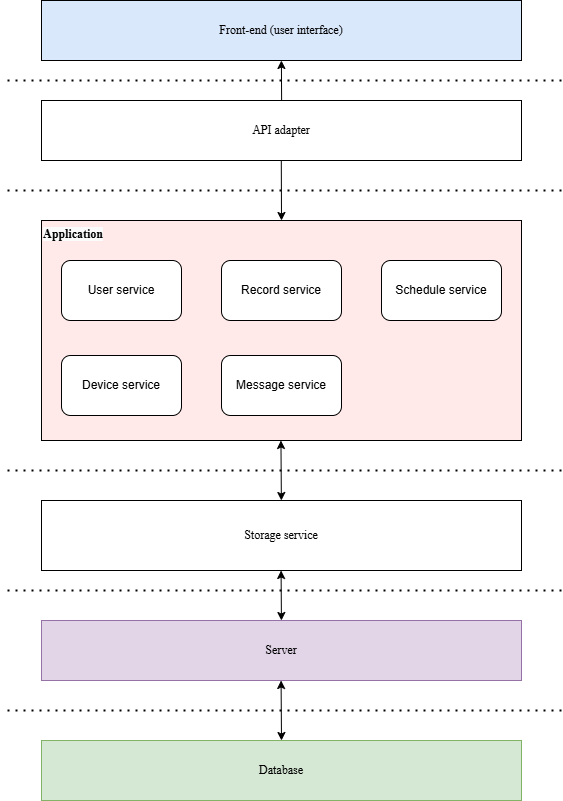
Above: latex_20241/Images/System/fmECG_architecture-Patient.drawio.png in techcomrade/fmECG (draw.io), before the change. Source tidied: cells renumbered, new cells last; positions are measured from the earlier drawing's top-left corner, leaving out a move shared by most shapes. Source of this version:
```xml
<mxGraphModel>
  <root>
    <mxCell id="0" />
    <mxCell id="1" parent="0" />
    <mxCell id="2" value="&lt;font style=&quot;color: rgb(0, 0, 0);&quot;&gt;Front-end (user interface)&lt;/font&gt;" style="rounded=0;whiteSpace=wrap;html=1;fontFamily=Times New Roman;fillColor=#DAE8FC;" parent="1" vertex="1">
      <mxGeometry x="40" width="480" height="60" as="geometry" />
    </mxCell>
    <mxCell id="3" value="API adapter" style="rounded=0;whiteSpace=wrap;html=1;fontFamily=Times New Roman;" parent="1" vertex="1">
      <mxGeometry x="40" y="100" width="480" height="60" as="geometry" />
    </mxCell>
    <mxCell id="4" style="rounded=0;whiteSpace=wrap;html=1;fontFamily=Times New Roman;fillColor=#FFE9E9;" parent="1" vertex="1">
      <mxGeometry x="40" y="220" width="480" height="220" as="geometry" />
    </mxCell>
    <mxCell id="5" value="Storage service" style="rounded=0;whiteSpace=wrap;html=1;fontFamily=Times New Roman;" parent="1" vertex="1">
      <mxGeometry x="40" y="500" width="480" height="70" as="geometry" />
    </mxCell>
    <mxCell id="6" value="Server" style="rounded=0;whiteSpace=wrap;html=1;fontFamily=Times New Roman;fillColor=#e1d5e7;strokeColor=#9673a6;" parent="1" vertex="1">
      <mxGeometry x="40" y="620" width="480" height="60" as="geometry" />
    </mxCell>
    <mxCell id="7" value="Database" style="rounded=0;whiteSpace=wrap;html=1;fontFamily=Times New Roman;fillColor=#d5e8d4;strokeColor=#82b366;" parent="1" vertex="1">
      <mxGeometry x="40" y="740" width="480" height="60" as="geometry" />
    </mxCell>
    <mxCell id="8" value="User service" style="rounded=1;whiteSpace=wrap;html=1;" parent="1" vertex="1">
      <mxGeometry x="60" y="260" width="120" height="60" as="geometry" />
    </mxCell>
    <mxCell id="9" value="Record service" style="rounded=1;whiteSpace=wrap;html=1;" parent="1" vertex="1">
      <mxGeometry x="220" y="260" width="120" height="60" as="geometry" />
    </mxCell>
    <mxCell id="10" value="Schedule service" style="rounded=1;whiteSpace=wrap;html=1;" parent="1" vertex="1">
      <mxGeometry x="380" y="260" width="120" height="60" as="geometry" />
    </mxCell>
    <mxCell id="11" style="endArrow=none;dashed=1;html=1;dashPattern=1 3;strokeWidth=2;rounded=0;" parent="1" edge="1">
      <mxGeometry relative="1" as="geometry">
        <mxPoint x="560" y="80" as="sourcePoint" />
        <mxPoint y="80" as="targetPoint" />
      </mxGeometry>
    </mxCell>
    <mxCell id="12" style="endArrow=none;dashed=1;html=1;dashPattern=1 3;strokeWidth=2;rounded=0;" parent="1" edge="1">
      <mxGeometry relative="1" as="geometry">
        <mxPoint x="560" y="190" as="sourcePoint" />
        <mxPoint y="190" as="targetPoint" />
      </mxGeometry>
    </mxCell>
    <mxCell id="13" style="endArrow=none;dashed=1;html=1;dashPattern=1 3;strokeWidth=2;rounded=0;" parent="1" edge="1">
      <mxGeometry relative="1" as="geometry">
        <mxPoint x="560" y="470" as="sourcePoint" />
        <mxPoint y="470" as="targetPoint" />
      </mxGeometry>
    </mxCell>
    <mxCell id="14" style="endArrow=none;dashed=1;html=1;dashPattern=1 3;strokeWidth=2;rounded=0;" parent="1" edge="1">
      <mxGeometry relative="1" as="geometry">
        <mxPoint x="560" y="590" as="sourcePoint" />
        <mxPoint y="590" as="targetPoint" />
      </mxGeometry>
    </mxCell>
    <mxCell id="15" style="endArrow=none;dashed=1;html=1;dashPattern=1 3;strokeWidth=2;rounded=0;" parent="1" edge="1">
      <mxGeometry relative="1" as="geometry">
        <mxPoint x="560" y="710" as="sourcePoint" />
        <mxPoint y="710" as="targetPoint" />
      </mxGeometry>
    </mxCell>
    <mxCell id="16" style="endArrow=classic;html=1;rounded=0;entryX=0.165;entryY=1.01;entryDx=0;entryDy=0;entryPerimeter=0;" parent="1" edge="1">
      <mxGeometry relative="1" as="geometry">
        <mxPoint x="280.1" y="100" as="sourcePoint" />
        <mxPoint x="279.9" y="60" as="targetPoint" />
      </mxGeometry>
    </mxCell>
    <mxCell id="17" style="endArrow=classic;html=1;rounded=0;" parent="1" edge="1">
      <mxGeometry relative="1" as="geometry">
        <mxPoint x="279.8" y="160" as="sourcePoint" />
        <mxPoint x="280" y="220" as="targetPoint" />
      </mxGeometry>
    </mxCell>
    <mxCell id="18" style="endArrow=classic;startArrow=classic;html=1;rounded=0;entryX=0.5;entryY=1;entryDx=0;entryDy=0;" parent="1" edge="1">
      <mxGeometry relative="1" as="geometry">
        <mxPoint x="279.9" y="620" as="sourcePoint" />
        <mxPoint x="279.6" y="570" as="targetPoint" />
      </mxGeometry>
    </mxCell>
    <mxCell id="19" style="endArrow=classic;startArrow=classic;html=1;rounded=0;entryX=0.5;entryY=1;entryDx=0;entryDy=0;exitX=0.5;exitY=0;exitDx=0;exitDy=0;" parent="1" edge="1" source="7">
      <mxGeometry relative="1" as="geometry">
        <mxPoint x="279.6" y="680" as="targetPoint" />
      </mxGeometry>
    </mxCell>
    <mxCell id="20" value="&lt;b style=&quot;forced-color-adjust: none; color: rgb(0, 0, 0); font-family: &amp;quot;Times New Roman&amp;quot;; font-style: normal; font-variant-ligatures: normal; font-variant-caps: normal; letter-spacing: normal; orphans: 2; text-align: center; text-indent: 0px; text-transform: none; widows: 2; word-spacing: 0px; -webkit-text-stroke-width: 0px; white-space: nowrap; background-color: rgb(251, 251, 251); text-decoration-thickness: initial; text-decoration-style: initial; text-decoration-color: initial;&quot;&gt;&lt;font style=&quot;forced-color-adjust: none;&quot;&gt;Application&lt;/font&gt;&lt;/b&gt;" style="text;whiteSpace=wrap;html=1;" parent="1" vertex="1">
      <mxGeometry x="40" y="220" width="100" height="40" as="geometry" />
    </mxCell>
    <mxCell id="21" value="Message service" style="rounded=1;whiteSpace=wrap;html=1;" parent="1" vertex="1">
      <mxGeometry x="220" y="355" width="120" height="60" as="geometry" />
    </mxCell>
    <mxCell id="22" value="Device service" style="rounded=1;whiteSpace=wrap;html=1;" parent="1" vertex="1">
      <mxGeometry x="60" y="355" width="120" height="60" as="geometry" />
    </mxCell>
    <mxCell id="23" style="endArrow=classic;startArrow=classic;html=1;rounded=0;entryX=0.5;entryY=1;entryDx=0;entryDy=0;exitX=0.5;exitY=0;exitDx=0;exitDy=0;" parent="1" edge="1">
      <mxGeometry relative="1" as="geometry">
        <mxPoint x="279.9" y="500" as="sourcePoint" />
        <mxPoint x="279.4" y="440" as="targetPoint" />
      </mxGeometry>
    </mxCell>
  </root>
</mxGraphModel>
```
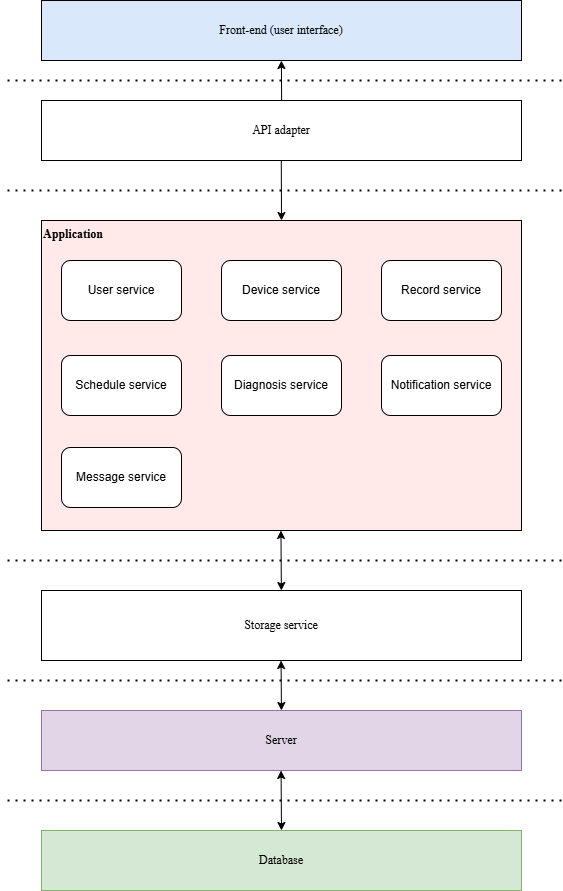
The same diagram one commit later.

What changed in the source:
```diff
@@ -8,94 +8,100 @@
     <mxCell id="3" value="API adapter" style="rounded=0;whiteSpace=wrap;html=1;fontFamily=Times New Roman;" parent="1" vertex="1">
       <mxGeometry x="40" y="100" width="480" height="60" as="geometry" />
     </mxCell>
-    <mxCell id="4" style="rounded=0;whiteSpace=wrap;html=1;fontFamily=Times New Roman;fillColor=#FFE9E9;" parent="1" vertex="1">
-      <mxGeometry x="40" y="220" width="480" height="220" as="geometry" />
-    </mxCell>
+    <mxCell id="24" style="rounded=0;whiteSpace=wrap;html=1;fontFamily=Times New Roman;fillColor=#FFE9E9;" parent="1" vertex="1">
+      <mxGeometry x="40" y="220" width="480" height="310" as="geometry" />
+    </mxCell>
     <mxCell id="5" value="Storage service" style="rounded=0;whiteSpace=wrap;html=1;fontFamily=Times New Roman;" parent="1" vertex="1">
-      <mxGeometry x="40" y="500" width="480" height="70" as="geometry" />
+      <mxGeometry x="40" y="590" width="480" height="70" as="geometry" />
     </mxCell>
     <mxCell id="6" value="Server" style="rounded=0;whiteSpace=wrap;html=1;fontFamily=Times New Roman;fillColor=#e1d5e7;strokeColor=#9673a6;" parent="1" vertex="1">
-      <mxGeometry x="40" y="620" width="480" height="60" as="geometry" />
+      <mxGeometry x="40" y="710" width="480" height="60" as="geometry" />
     </mxCell>
     <mxCell id="7" value="Database" style="rounded=0;whiteSpace=wrap;html=1;fontFamily=Times New Roman;fillColor=#d5e8d4;strokeColor=#82b366;" parent="1" vertex="1">
-      <mxGeometry x="40" y="740" width="480" height="60" as="geometry" />
+      <mxGeometry x="40" y="830" width="480" height="60" as="geometry" />
     </mxCell>
     <mxCell id="8" value="User service" style="rounded=1;whiteSpace=wrap;html=1;" parent="1" vertex="1">
       <mxGeometry x="60" y="260" width="120" height="60" as="geometry" />
     </mxCell>
     <mxCell id="9" value="Record service" style="rounded=1;whiteSpace=wrap;html=1;" parent="1" vertex="1">
-      <mxGeometry x="220" y="260" width="120" height="60" as="geometry" />
+      <mxGeometry x="380" y="260" width="120" height="60" as="geometry" />
     </mxCell>
     <mxCell id="10" value="Schedule service" style="rounded=1;whiteSpace=wrap;html=1;" parent="1" vertex="1">
-      <mxGeometry x="380" y="260" width="120" height="60" as="geometry" />
+      <mxGeometry x="60" y="355" width="120" height="60" as="geometry" />
     </mxCell>
-    <mxCell id="11" style="endArrow=none;dashed=1;html=1;dashPattern=1 3;strokeWidth=2;rounded=0;" parent="1" edge="1">
-      <mxGeometry relative="1" as="geometry">
-        <mxPoint x="560" y="80" as="sourcePoint" />
-        <mxPoint y="80" as="targetPoint" />
-      </mxGeometry>
-    </mxCell>
-    <mxCell id="12" style="endArrow=none;dashed=1;html=1;dashPattern=1 3;strokeWidth=2;rounded=0;" parent="1" edge="1">
-      <mxGeometry relative="1" as="geometry">
-        <mxPoint x="560" y="190" as="sourcePoint" />
-        <mxPoint y="190" as="targetPoint" />
-      </mxGeometry>
-    </mxCell>
-    <mxCell id="13" style="endArrow=none;dashed=1;html=1;dashPattern=1 3;strokeWidth=2;rounded=0;" parent="1" edge="1">
-      <mxGeometry relative="1" as="geometry">
-        <mxPoint x="560" y="470" as="sourcePoint" />
-        <mxPoint y="470" as="targetPoint" />
-      </mxGeometry>
-    </mxCell>
-    <mxCell id="14" style="endArrow=none;dashed=1;html=1;dashPattern=1 3;strokeWidth=2;rounded=0;" parent="1" edge="1">
-      <mxGeometry relative="1" as="geometry">
-        <mxPoint x="560" y="590" as="sourcePoint" />
-        <mxPoint y="590" as="targetPoint" />
-      </mxGeometry>
-    </mxCell>
-    <mxCell id="15" style="endArrow=none;dashed=1;html=1;dashPattern=1 3;strokeWidth=2;rounded=0;" parent="1" edge="1">
-      <mxGeometry relative="1" as="geometry">
-        <mxPoint x="560" y="710" as="sourcePoint" />
-        <mxPoint y="710" as="targetPoint" />
-      </mxGeometry>
-    </mxCell>
-    <mxCell id="16" style="endArrow=classic;html=1;rounded=0;entryX=0.165;entryY=1.01;entryDx=0;entryDy=0;entryPerimeter=0;" parent="1" edge="1">
-      <mxGeometry relative="1" as="geometry">
-        <mxPoint x="280.1" y="100" as="sourcePoint" />
-        <mxPoint x="279.9" y="60" as="targetPoint" />
-      </mxGeometry>
-    </mxCell>
-    <mxCell id="17" style="endArrow=classic;html=1;rounded=0;" parent="1" edge="1">
-      <mxGeometry relative="1" as="geometry">
-        <mxPoint x="279.8" y="160" as="sourcePoint" />
-        <mxPoint x="280" y="220" as="targetPoint" />
-      </mxGeometry>
-    </mxCell>
-    <mxCell id="18" style="endArrow=classic;startArrow=classic;html=1;rounded=0;entryX=0.5;entryY=1;entryDx=0;entryDy=0;" parent="1" edge="1">
-      <mxGeometry relative="1" as="geometry">
-        <mxPoint x="279.9" y="620" as="sourcePoint" />
-        <mxPoint x="279.6" y="570" as="targetPoint" />
-      </mxGeometry>
-    </mxCell>
-    <mxCell id="19" style="endArrow=classic;startArrow=classic;html=1;rounded=0;entryX=0.5;entryY=1;entryDx=0;entryDy=0;exitX=0.5;exitY=0;exitDx=0;exitDy=0;" parent="1" edge="1" source="7">
-      <mxGeometry relative="1" as="geometry">
-        <mxPoint x="279.6" y="680" as="targetPoint" />
-      </mxGeometry>
-    </mxCell>
+    <mxCell id="25" style="endArrow=none;dashed=1;html=1;dashPattern=1 3;strokeWidth=2;rounded=0;" parent="1" edge="1">
+      <mxGeometry relative="1" as="geometry">
+        <mxPoint x="560" y="80" as="sourcePoint" />
+        <mxPoint y="80" as="targetPoint" />
+      </mxGeometry>
+    </mxCell>
+    <mxCell id="26" style="endArrow=none;dashed=1;html=1;dashPattern=1 3;strokeWidth=2;rounded=0;" parent="1" edge="1">
+      <mxGeometry relative="1" as="geometry">
+        <mxPoint x="560" y="190" as="sourcePoint" />
+        <mxPoint y="190" as="targetPoint" />
+      </mxGeometry>
+    </mxCell>
+    <mxCell id="27" style="endArrow=none;dashed=1;html=1;dashPattern=1 3;strokeWidth=2;rounded=0;" parent="1" edge="1">
+      <mxGeometry relative="1" as="geometry">
+        <mxPoint x="560" y="560" as="sourcePoint" />
+        <mxPoint y="560" as="targetPoint" />
+      </mxGeometry>
+    </mxCell>
+    <mxCell id="28" style="endArrow=none;dashed=1;html=1;dashPattern=1 3;strokeWidth=2;rounded=0;" parent="1" edge="1">
+      <mxGeometry relative="1" as="geometry">
+        <mxPoint x="560" y="680" as="sourcePoint" />
+        <mxPoint y="680" as="targetPoint" />
+      </mxGeometry>
+    </mxCell>
+    <mxCell id="29" style="endArrow=none;dashed=1;html=1;dashPattern=1 3;strokeWidth=2;rounded=0;" parent="1" edge="1">
+      <mxGeometry relative="1" as="geometry">
+        <mxPoint x="560" y="800" as="sourcePoint" />
+        <mxPoint y="800" as="targetPoint" />
+      </mxGeometry>
+    </mxCell>
+    <mxCell id="30" style="endArrow=classic;html=1;rounded=0;entryX=0.165;entryY=1.01;entryDx=0;entryDy=0;entryPerimeter=0;" parent="1" edge="1">
+      <mxGeometry relative="1" as="geometry">
+        <mxPoint x="280.1" y="100" as="sourcePoint" />
+        <mxPoint x="279.9" y="60" as="targetPoint" />
+      </mxGeometry>
+    </mxCell>
+    <mxCell id="31" style="endArrow=classic;html=1;rounded=0;" parent="1" edge="1">
+      <mxGeometry relative="1" as="geometry">
+        <mxPoint x="279.8" y="160" as="sourcePoint" />
+        <mxPoint x="280" y="220" as="targetPoint" />
+      </mxGeometry>
+    </mxCell>
+    <mxCell id="32" style="endArrow=classic;startArrow=classic;html=1;rounded=0;entryX=0.5;entryY=1;entryDx=0;entryDy=0;" parent="1" edge="1">
+      <mxGeometry relative="1" as="geometry">
+        <mxPoint x="279.9" y="710" as="sourcePoint" />
+        <mxPoint x="279.6" y="660" as="targetPoint" />
+      </mxGeometry>
+    </mxCell>
+    <mxCell id="33" style="endArrow=classic;startArrow=classic;html=1;rounded=0;entryX=0.5;entryY=1;entryDx=0;entryDy=0;exitX=0.5;exitY=0;exitDx=0;exitDy=0;" parent="1" edge="1" source="7">
+      <mxGeometry relative="1" as="geometry">
+        <mxPoint x="279.6" y="770" as="targetPoint" />
+      </mxGeometry>
+    </mxCell>
-    <mxCell id="20" value="&lt;b style=&quot;forced-color-adjust: none; color: rgb(0, 0, 0); font-family: &amp;quot;Times New Roman&amp;quot;; font-style: normal; font-variant-ligatures: normal; font-variant-caps: normal; letter-spacing: normal; orphans: 2; text-align: center; text-indent: 0px; text-transform: none; widows: 2; word-spacing: 0px; -webkit-text-stroke-width: 0px; white-space: nowrap; background-color: rgb(251, 251, 251); text-decoration-thickness: initial; text-decoration-style: initial; text-decoration-color: initial;&quot;&gt;&lt;font style=&quot;forced-color-adjust: none;&quot;&gt;Application&lt;/font&gt;&lt;/b&gt;" style="text;whiteSpace=wrap;html=1;" parent="1" vertex="1">
+    <mxCell id="20" value="&lt;b style=&quot;forced-color-adjust: none; color: rgb(0, 0, 0); font-family: &amp;quot;Times New Roman&amp;quot;; font-style: normal; font-variant-ligatures: normal; font-variant-caps: normal; letter-spacing: normal; orphans: 2; text-align: center; text-indent: 0px; text-transform: none; widows: 2; word-spacing: 0px; -webkit-text-stroke-width: 0px; white-space: nowrap; text-decoration-thickness: initial; text-decoration-style: initial; text-decoration-color: initial;&quot;&gt;&lt;font style=&quot;forced-color-adjust: none;&quot;&gt;Application&lt;/font&gt;&lt;/b&gt;" style="text;whiteSpace=wrap;html=1;" parent="1" vertex="1">
       <mxGeometry x="40" y="220" width="100" height="40" as="geometry" />
     </mxCell>
+    <mxCell id="34" value="Diagnosis service" style="rounded=1;whiteSpace=wrap;html=1;" parent="1" vertex="1">
+      <mxGeometry x="220" y="355" width="120" height="60" as="geometry" />
+    </mxCell>
+    <mxCell id="22" value="Device service" style="rounded=1;whiteSpace=wrap;html=1;" parent="1" vertex="1">
+      <mxGeometry x="220" y="260" width="120" height="60" as="geometry" />
+    </mxCell>
+    <mxCell id="35" style="endArrow=classic;startArrow=classic;html=1;rounded=0;entryX=0.5;entryY=1;entryDx=0;entryDy=0;exitX=0.5;exitY=0;exitDx=0;exitDy=0;" parent="1" edge="1">
+      <mxGeometry relative="1" as="geometry">
+        <mxPoint x="279.9" y="590" as="sourcePoint" />
+        <mxPoint x="279.4" y="530" as="targetPoint" />
+      </mxGeometry>
+    </mxCell>
+    <mxCell id="36" value="Notification service" style="rounded=1;whiteSpace=wrap;html=1;" parent="1" vertex="1">
+      <mxGeometry x="380" y="355" width="120" height="60" as="geometry" />
+    </mxCell>
-    <mxCell id="21" value="Message service" style="rounded=1;whiteSpace=wrap;html=1;" parent="1" vertex="1">
-      <mxGeometry x="220" y="355" width="120" height="60" as="geometry" />
+    <mxCell id="21" value="Message&amp;nbsp;service" style="rounded=1;whiteSpace=wrap;html=1;" parent="1" vertex="1">
+      <mxGeometry x="60" y="447" width="120" height="60" as="geometry" />
     </mxCell>
-    <mxCell id="22" value="Device service" style="rounded=1;whiteSpace=wrap;html=1;" parent="1" vertex="1">
-      <mxGeometry x="60" y="355" width="120" height="60" as="geometry" />
-    </mxCell>
-    <mxCell id="23" style="endArrow=classic;startArrow=classic;html=1;rounded=0;entryX=0.5;entryY=1;entryDx=0;entryDy=0;exitX=0.5;exitY=0;exitDx=0;exitDy=0;" parent="1" edge="1">
-      <mxGeometry relative="1" as="geometry">
-        <mxPoint x="279.9" y="500" as="sourcePoint" />
-        <mxPoint x="279.4" y="440" as="targetPoint" />
-      </mxGeometry>
-    </mxCell>
   </root>
 </mxGraphModel>
```
